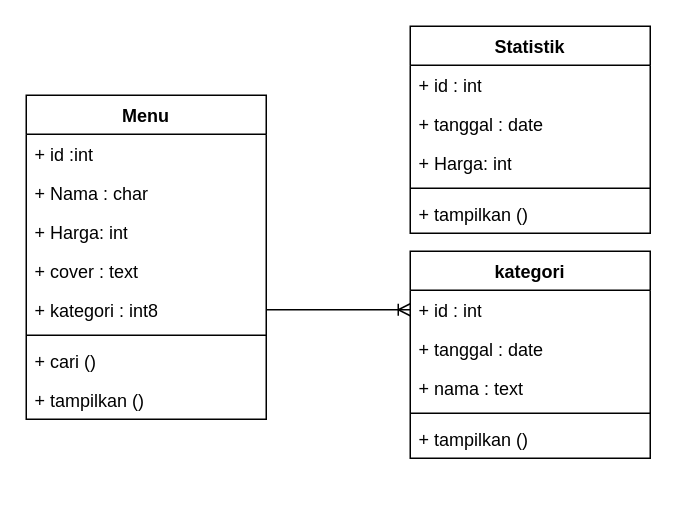
The draw.io diagram Diagram-class-cashier .drawio in fjarr/cashier, before the edit. Source tidied: cells renumbered, new cells numbered last; positions are measured from the earlier drawing's top-left corner, leaving out a move shared by most shapes. Both pictures are drawn from the tidied source at 150%, with x=0, y=0 at pixel (26, 26).
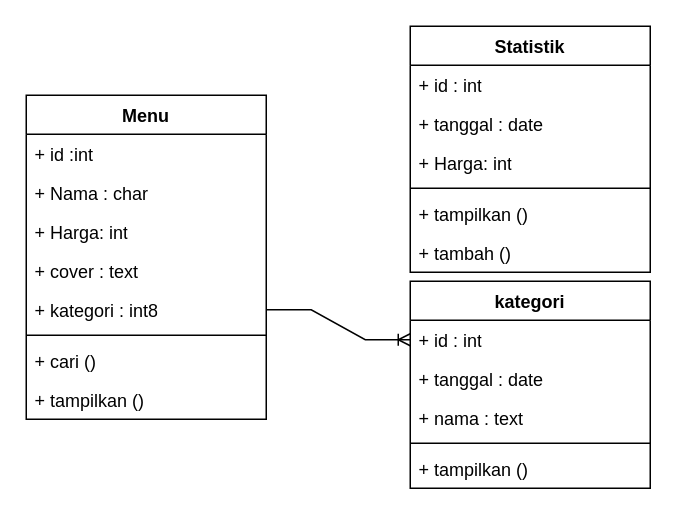
The same diagram, later.

Change to the diagram source:
```diff
@@
     <mxCell id="11" value="Statistik" style="swimlane;fontStyle=1;align=center;verticalAlign=top;horizontal=1;startSize=26;whiteSpace=wrap;html=1;" parent="1" vertex="1">
-      <mxGeometry x="256" width="160" height="138" as="geometry" />
+      <mxGeometry x="256" width="160" height="164" as="geometry" />
     </mxCell>
@@
+    <mxCell id="24" value="+ tambah ()" style="text;strokeColor=none;fillColor=none;align=left;verticalAlign=top;spacingLeft=4;spacingRight=4;overflow=hidden;whiteSpace=wrap;html=1;" parent="11" vertex="1">
+      <mxGeometry y="138" width="160" height="26" as="geometry" />
+    </mxCell>
     <mxCell id="17" value="kategori" style="swimlane;fontStyle=1;align=center;verticalAlign=top;horizontal=1;startSize=26;whiteSpace=wrap;html=1;" parent="1" vertex="1">
-      <mxGeometry x="256" y="150" width="160" height="138" as="geometry" />
+      <mxGeometry x="256" y="170" width="160" height="138" as="geometry" />
     </mxCell>
```
